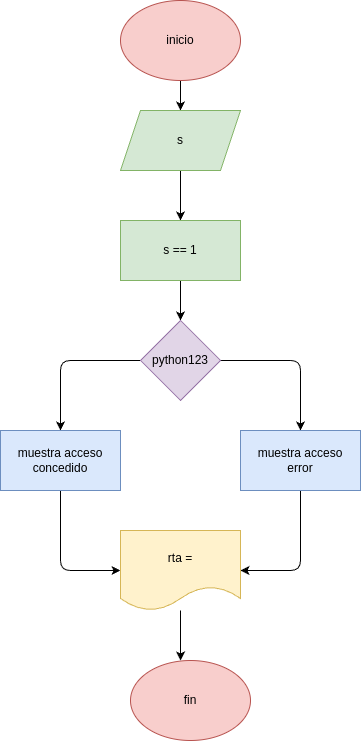
Before: ajercicio1/diagrama.png, a diagram exported from draw.io (detonanteIvde777/taller_instrucciones_repetitiva_while). Source tidied: cells renumbered, new cells last; positions are measured from the earlier drawing's top-left corner, leaving out a move shared by most shapes. Its diagram source:
```xml
<mxGraphModel>
  <root>
    <mxCell id="0" />
    <mxCell id="1" parent="0" />
    <mxCell id="2" style="edgeStyle=none;html=1;entryX=0.5;entryY=0;entryDx=0;entryDy=0;" parent="1" edge="1" source="3" target="5">
      <mxGeometry relative="1" as="geometry" />
    </mxCell>
    <mxCell id="3" value="inicio" style="ellipse;whiteSpace=wrap;html=1;fillColor=#f8cecc;strokeColor=#b85450;" parent="1" vertex="1">
      <mxGeometry x="120" width="120" height="80" as="geometry" />
    </mxCell>
    <mxCell id="4" style="edgeStyle=none;html=1;entryX=0.5;entryY=0;entryDx=0;entryDy=0;" parent="1" edge="1" source="5" target="7">
      <mxGeometry relative="1" as="geometry" />
    </mxCell>
    <mxCell id="5" value="s" style="shape=parallelogram;perimeter=parallelogramPerimeter;whiteSpace=wrap;html=1;fixedSize=1;fillColor=#d5e8d4;strokeColor=#82b366;" parent="1" vertex="1">
      <mxGeometry x="120" y="110" width="120" height="60" as="geometry" />
    </mxCell>
    <mxCell id="6" style="edgeStyle=none;html=1;entryX=0.5;entryY=0;entryDx=0;entryDy=0;" parent="1" edge="1" source="7" target="10">
      <mxGeometry relative="1" as="geometry" />
    </mxCell>
    <mxCell id="7" value="s == 1" style="rounded=0;whiteSpace=wrap;html=1;fillColor=#d5e8d4;strokeColor=#82b366;" parent="1" vertex="1">
      <mxGeometry x="120" y="220" width="120" height="60" as="geometry" />
    </mxCell>
    <mxCell id="8" style="edgeStyle=none;html=1;entryX=0.5;entryY=0;entryDx=0;entryDy=0;" parent="1" edge="1" source="10" target="14">
      <mxGeometry relative="1" as="geometry">
        <Array as="points">
          <mxPoint x="300" y="360" />
        </Array>
      </mxGeometry>
    </mxCell>
    <mxCell id="9" style="edgeStyle=none;html=1;entryX=0.5;entryY=0;entryDx=0;entryDy=0;" parent="1" edge="1" source="10" target="12">
      <mxGeometry relative="1" as="geometry">
        <Array as="points">
          <mxPoint x="60" y="360" />
        </Array>
      </mxGeometry>
    </mxCell>
    <mxCell id="10" value="python123" style="rhombus;whiteSpace=wrap;html=1;fillColor=#e1d5e7;strokeColor=#9673a6;" parent="1" vertex="1">
      <mxGeometry x="140" y="320" width="80" height="80" as="geometry" />
    </mxCell>
    <mxCell id="11" style="edgeStyle=none;html=1;entryX=0;entryY=0.5;entryDx=0;entryDy=0;" parent="1" edge="1" source="12" target="15">
      <mxGeometry relative="1" as="geometry">
        <Array as="points">
          <mxPoint x="60" y="570" />
        </Array>
      </mxGeometry>
    </mxCell>
    <mxCell id="12" value="muestra acceso&lt;div&gt;concedido&lt;/div&gt;" style="rounded=0;whiteSpace=wrap;html=1;fillColor=#dae8fc;strokeColor=#6c8ebf;" parent="1" vertex="1">
      <mxGeometry y="430" width="120" height="60" as="geometry" />
    </mxCell>
    <mxCell id="13" style="edgeStyle=none;html=1;entryX=1;entryY=0.5;entryDx=0;entryDy=0;" parent="1" edge="1" source="14" target="15">
      <mxGeometry relative="1" as="geometry">
        <Array as="points">
          <mxPoint x="300" y="570" />
        </Array>
      </mxGeometry>
    </mxCell>
    <mxCell id="14" value="muestra acceso&lt;div&gt;error&lt;/div&gt;" style="rounded=0;whiteSpace=wrap;html=1;fillColor=#dae8fc;strokeColor=#6c8ebf;" parent="1" vertex="1">
      <mxGeometry x="240" y="430" width="120" height="60" as="geometry" />
    </mxCell>
    <mxCell id="15" value="rta =" style="shape=document;whiteSpace=wrap;html=1;boundedLbl=1;fillColor=#fff2cc;strokeColor=#d6b656;" parent="1" vertex="1">
      <mxGeometry x="120" y="530" width="120" height="80" as="geometry" />
    </mxCell>
    <mxCell id="16" value="fin" style="ellipse;whiteSpace=wrap;html=1;fillColor=#f8cecc;strokeColor=#b85450;" parent="1" vertex="1">
      <mxGeometry x="130" y="660" width="120" height="80" as="geometry" />
    </mxCell>
    <mxCell id="17" style="edgeStyle=none;html=1;entryX=0.417;entryY=0;entryDx=0;entryDy=0;entryPerimeter=0;" parent="1" edge="1" source="15" target="16">
      <mxGeometry relative="1" as="geometry" />
    </mxCell>
  </root>
</mxGraphModel>
```
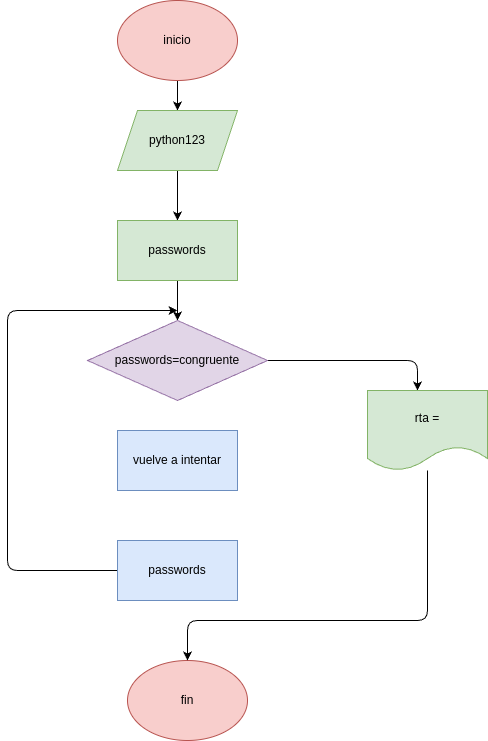
After the change.

Diff of the diagram source:
```diff
@@ -11,60 +11,55 @@
     <mxCell id="4" style="edgeStyle=none;html=1;entryX=0.5;entryY=0;entryDx=0;entryDy=0;" parent="1" edge="1" source="5" target="7">
       <mxGeometry relative="1" as="geometry" />
     </mxCell>
-    <mxCell id="5" value="s" style="shape=parallelogram;perimeter=parallelogramPerimeter;whiteSpace=wrap;html=1;fixedSize=1;fillColor=#d5e8d4;strokeColor=#82b366;" parent="1" vertex="1">
+    <mxCell id="5" value="python123" style="shape=parallelogram;perimeter=parallelogramPerimeter;whiteSpace=wrap;html=1;fixedSize=1;fillColor=#d5e8d4;strokeColor=#82b366;" parent="1" vertex="1">
       <mxGeometry x="120" y="110" width="120" height="60" as="geometry" />
     </mxCell>
     <mxCell id="6" style="edgeStyle=none;html=1;entryX=0.5;entryY=0;entryDx=0;entryDy=0;" parent="1" edge="1" source="7" target="10">
       <mxGeometry relative="1" as="geometry" />
     </mxCell>
-    <mxCell id="7" value="s == 1" style="rounded=0;whiteSpace=wrap;html=1;fillColor=#d5e8d4;strokeColor=#82b366;" parent="1" vertex="1">
+    <mxCell id="7" value="passwords" style="rounded=0;whiteSpace=wrap;html=1;fillColor=#d5e8d4;strokeColor=#82b366;" parent="1" vertex="1">
       <mxGeometry x="120" y="220" width="120" height="60" as="geometry" />
     </mxCell>
-    <mxCell id="8" style="edgeStyle=none;html=1;entryX=0.5;entryY=0;entryDx=0;entryDy=0;" parent="1" edge="1" source="10" target="14">
+    <mxCell id="8" style="edgeStyle=none;html=1;" parent="1" edge="1" source="10">
       <mxGeometry relative="1" as="geometry">
+        <mxPoint x="420" y="390" as="targetPoint" />
         <Array as="points">
-          <mxPoint x="300" y="360" />
+          <mxPoint x="420" y="360" />
         </Array>
       </mxGeometry>
     </mxCell>
-    <mxCell id="9" style="edgeStyle=none;html=1;entryX=0.5;entryY=0;entryDx=0;entryDy=0;" parent="1" edge="1" source="10" target="12">
-      <mxGeometry relative="1" as="geometry">
-        <Array as="points">
-          <mxPoint x="60" y="360" />
-        </Array>
-      </mxGeometry>
-    </mxCell>
-    <mxCell id="10" value="python123" style="rhombus;whiteSpace=wrap;html=1;fillColor=#e1d5e7;strokeColor=#9673a6;" parent="1" vertex="1">
-      <mxGeometry x="140" y="320" width="80" height="80" as="geometry" />
+    <mxCell id="10" value="passwords=congruente" style="rhombus;whiteSpace=wrap;html=1;fillColor=#e1d5e7;strokeColor=#9673a6;" parent="1" vertex="1">
+      <mxGeometry x="90" y="320" width="180" height="80" as="geometry" />
     </mxCell>
-    <mxCell id="11" style="edgeStyle=none;html=1;entryX=0;entryY=0.5;entryDx=0;entryDy=0;" parent="1" edge="1" source="12" target="15">
-      <mxGeometry relative="1" as="geometry">
-        <Array as="points">
-          <mxPoint x="60" y="570" />
-        </Array>
-      </mxGeometry>
-    </mxCell>
-    <mxCell id="12" value="muestra acceso&lt;div&gt;concedido&lt;/div&gt;" style="rounded=0;whiteSpace=wrap;html=1;fillColor=#dae8fc;strokeColor=#6c8ebf;" parent="1" vertex="1">
-      <mxGeometry y="430" width="120" height="60" as="geometry" />
-    </mxCell>
-    <mxCell id="13" style="edgeStyle=none;html=1;entryX=1;entryY=0.5;entryDx=0;entryDy=0;" parent="1" edge="1" source="14" target="15">
-      <mxGeometry relative="1" as="geometry">
-        <Array as="points">
-          <mxPoint x="300" y="570" />
-        </Array>
-      </mxGeometry>
-    </mxCell>
-    <mxCell id="14" value="muestra acceso&lt;div&gt;error&lt;/div&gt;" style="rounded=0;whiteSpace=wrap;html=1;fillColor=#dae8fc;strokeColor=#6c8ebf;" parent="1" vertex="1">
-      <mxGeometry x="240" y="430" width="120" height="60" as="geometry" />
-    </mxCell>
+    <mxCell id="18" style="edgeStyle=none;html=1;" parent="1" edge="1">
+      <mxGeometry relative="1" as="geometry">
+        <mxPoint x="120" y="570" as="sourcePoint" />
+        <mxPoint x="180" y="310" as="targetPoint" />
+        <Array as="points">
+          <mxPoint x="10" y="570" />
+          <mxPoint x="10" y="310" />
+        </Array>
+      </mxGeometry>
+    </mxCell>
+    <mxCell id="16" value="fin" style="ellipse;whiteSpace=wrap;html=1;fillColor=#f8cecc;strokeColor=#b85450;" parent="1" vertex="1">
+      <mxGeometry x="130" y="660" width="120" height="80" as="geometry" />
+    </mxCell>
+    <mxCell id="19" value="vuelve a intentar" style="rounded=0;whiteSpace=wrap;html=1;fillColor=#dae8fc;strokeColor=#6c8ebf;" parent="1" vertex="1">
+      <mxGeometry x="120" y="430" width="120" height="60" as="geometry" />
+    </mxCell>
+    <mxCell id="20" value="&lt;span style=&quot;color: rgb(0, 0, 0);&quot;&gt;passwords&lt;/span&gt;" style="rounded=0;whiteSpace=wrap;html=1;fillColor=#dae8fc;strokeColor=#6c8ebf;" parent="1" vertex="1">
+      <mxGeometry x="120" y="540" width="120" height="60" as="geometry" />
+    </mxCell>
+    <mxCell id="17" style="edgeStyle=none;html=1;entryX=0.5;entryY=0;entryDx=0;entryDy=0;" parent="1" edge="1" source="15" target="16">
+      <mxGeometry relative="1" as="geometry">
+        <Array as="points">
+          <mxPoint x="430" y="620" />
+          <mxPoint x="190" y="620" />
+        </Array>
+      </mxGeometry>
+    </mxCell>
-    <mxCell id="15" value="rta =" style="shape=document;whiteSpace=wrap;html=1;boundedLbl=1;fillColor=#fff2cc;strokeColor=#d6b656;" parent="1" vertex="1">
-      <mxGeometry x="120" y="530" width="120" height="80" as="geometry" />
+    <mxCell id="15" value="rta =" style="shape=document;whiteSpace=wrap;html=1;boundedLbl=1;fillColor=#d5e8d4;strokeColor=#82b366;" parent="1" vertex="1">
+      <mxGeometry x="370" y="390" width="120" height="80" as="geometry" />
     </mxCell>
-    <mxCell id="16" value="fin" style="ellipse;whiteSpace=wrap;html=1;fillColor=#f8cecc;strokeColor=#b85450;" parent="1" vertex="1">
-      <mxGeometry x="130" y="660" width="120" height="80" as="geometry" />
-    </mxCell>
-    <mxCell id="17" style="edgeStyle=none;html=1;entryX=0.417;entryY=0;entryDx=0;entryDy=0;entryPerimeter=0;" parent="1" edge="1" source="15" target="16">
-      <mxGeometry relative="1" as="geometry" />
-    </mxCell>
   </root>
 </mxGraphModel>
```
